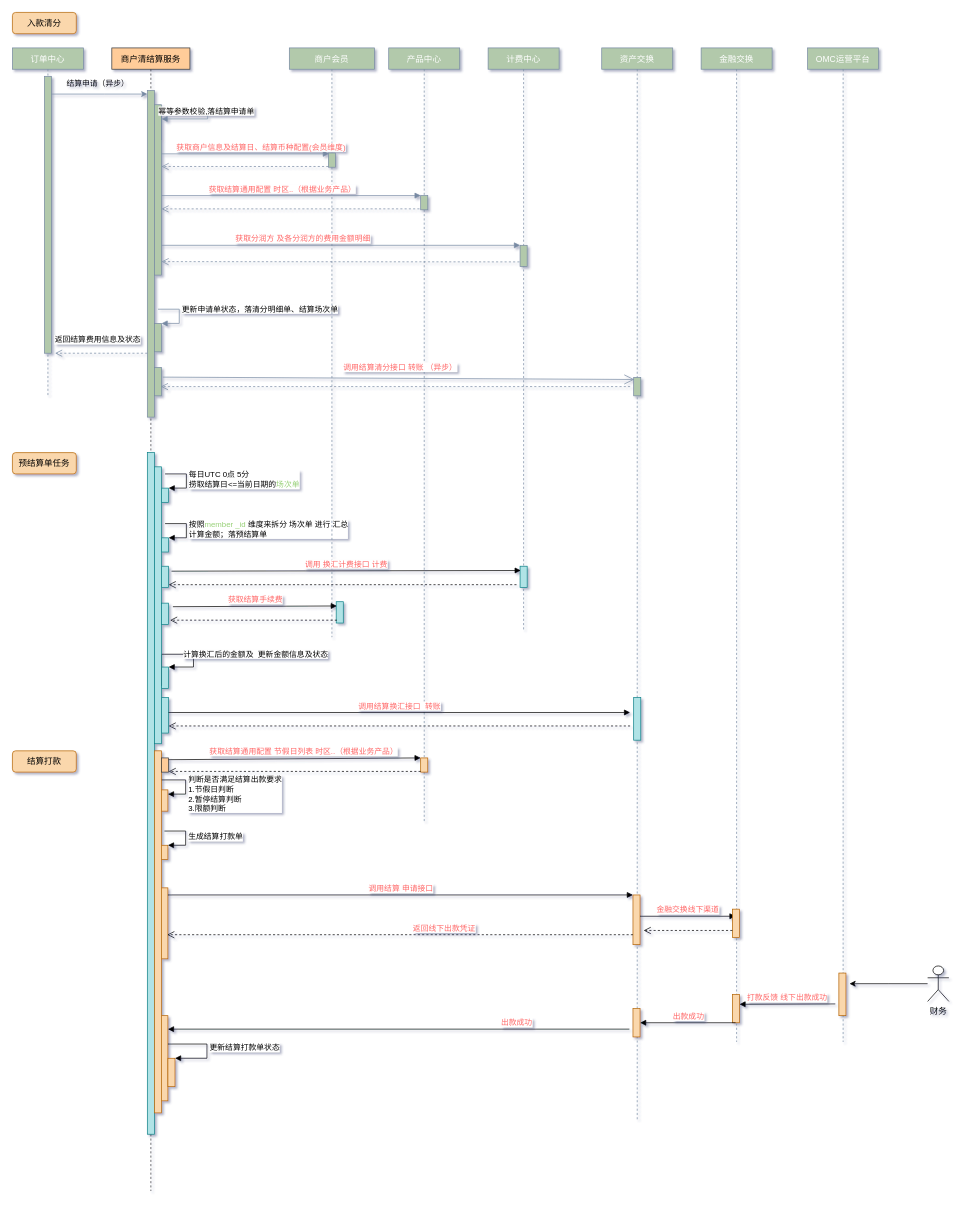
This is merchant-settle/Untitled Diagram.drawio from DominicElvira/Diagrams, a draw.io file, before an edit. Source tidied: cells renumbered, new cells numbered last; positions are measured from the earlier drawing's top-left corner, leaving out a move shared by most shapes. Both pictures are drawn from the tidied source at 71%, with x=0, y=0 at pixel (12, 12).
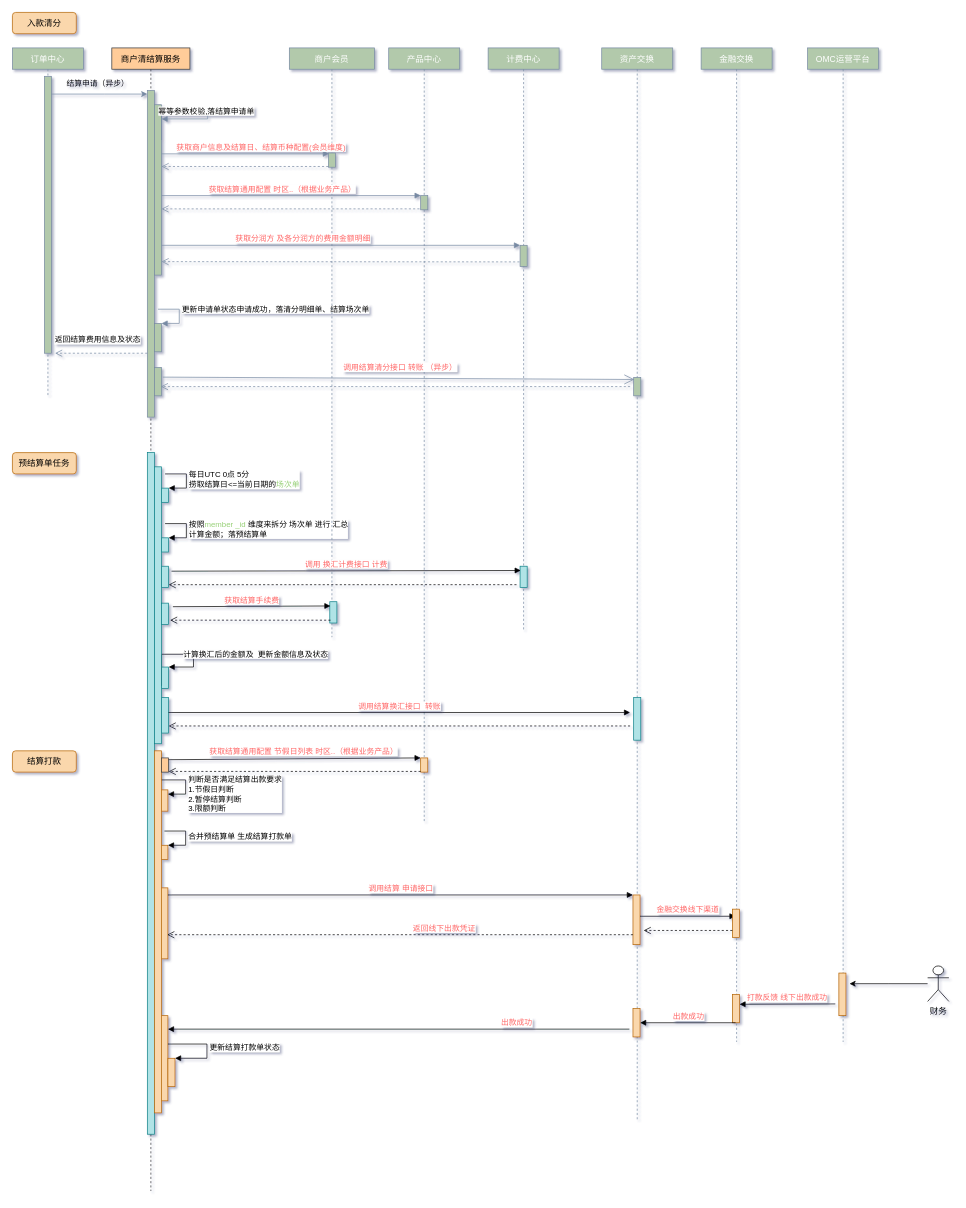
The same page after the edit.

The change refers to these unchanged cells:
```xml
<mxCell id="4" value="商户清结算服务" style="shape=umlLifeline;perimeter=lifelinePerimeter;shadow=0;strokeWidth=1;fillColor=#ffcc99;strokeColor=#36393d;rounded=0;size=30;" parent="1" vertex="1">
  <mxGeometry x="140" y="50" width="110" height="1610" as="geometry" />
</mxCell>
<mxCell id="8" style="html=1;points=[];perimeter=orthogonalPerimeter;fontSize=11;fontColor=#000000;strokeColor=#788AA3;fillColor=#B2C9AB;" parent="4" vertex="1">
  <mxGeometry x="60" y="388" width="10" height="40" as="geometry" />
</mxCell>
<mxCell id="23" style="html=1;points=[];perimeter=orthogonalPerimeter;fillColor=#fad7ac;strokeColor=#b46504;" parent="4" vertex="1">
  <mxGeometry x="69" y="1123" width="10" height="20" as="geometry" />
</mxCell>
```

The edit, as a diff of the source:
```diff
@@
-    <mxCell id="9" value="更新申请单状态，落清分明细单、结算场次单" style="edgeStyle=orthogonalEdgeStyle;html=1;align=left;spacingLeft=2;endArrow=block;rounded=0;entryX=1;entryY=0;fontSize=11;fontColor=#000000;strokeColor=#788AA3;strokeWidth=1;fillColor=#B2C9AB;curved=0;jumpStyle=none;" parent="4" edge="1" target="8">
+    <mxCell id="9" value="更新申请单状态申请成功，落清分明细单、结算场次单" style="edgeStyle=orthogonalEdgeStyle;html=1;align=left;spacingLeft=2;endArrow=block;rounded=0;entryX=1;entryY=0;fontSize=11;fontColor=#000000;strokeColor=#788AA3;strokeWidth=1;fillColor=#B2C9AB;curved=0;jumpStyle=none;" parent="4" edge="1" target="8">
       <mxGeometry x="-0.2" relative="1" as="geometry">
         <mxPoint x="65" y="368" as="sourcePoint" />
         <Array as="points">
           <mxPoint x="95" y="368" />
         </Array>
       </mxGeometry>
     </mxCell>
@@
-    <mxCell id="24" value="生成结算打款单" style="edgeStyle=orthogonalEdgeStyle;html=1;align=left;spacingLeft=2;endArrow=block;rounded=0;entryX=1;entryY=0;fontColor=#000000;" parent="4" edge="1" target="23">
+    <mxCell id="24" value="合并预结算单 生成结算打款单" style="edgeStyle=orthogonalEdgeStyle;html=1;align=left;spacingLeft=2;endArrow=block;rounded=0;entryX=1;entryY=0;fontColor=#000000;" parent="4" edge="1" target="23">
       <mxGeometry relative="1" as="geometry">
         <mxPoint x="74" y="1103" as="sourcePoint" />
         <Array as="points">
           <mxPoint x="104" y="1103" />
         </Array>
       </mxGeometry>
     </mxCell>
@@
     <mxCell id="62" style="html=1;points=[];perimeter=orthogonalPerimeter;fillColor=#b0e3e6;strokeColor=#0e8088;" parent="1" vertex="1">
-      <mxGeometry x="456" y="830" width="10" height="30" as="geometry" />
+      <mxGeometry x="447" y="830" width="10" height="30" as="geometry" />
     </mxCell>
```
